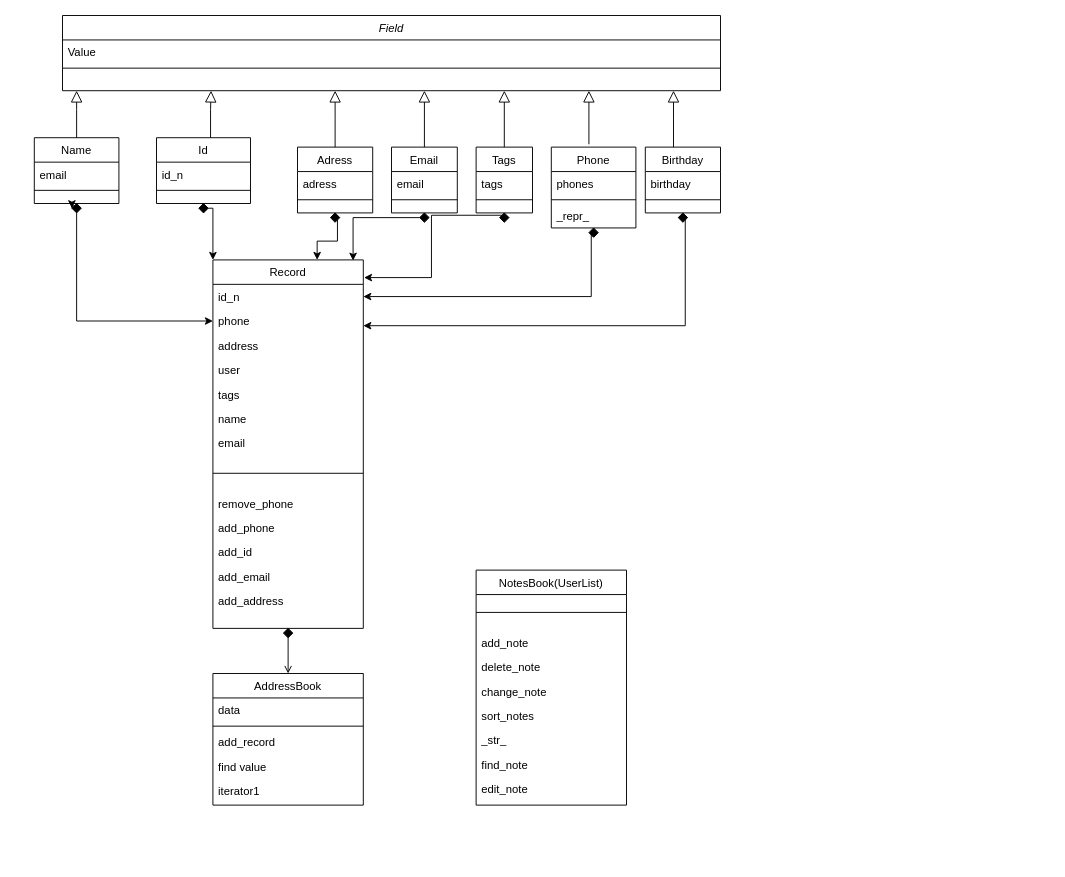
This is page "Current" (2 of 2) of Classes Diagram.drawio from anna-khodyka/Helper-project, a draw.io file, before an edit. Source tidied: cells renumbered, new cells numbered last; positions are measured from the earlier drawing's top-left corner, leaving out a move shared by most shapes. Both pictures are drawn from the tidied source at 94%, with x=0, y=0 at pixel (34, 15).
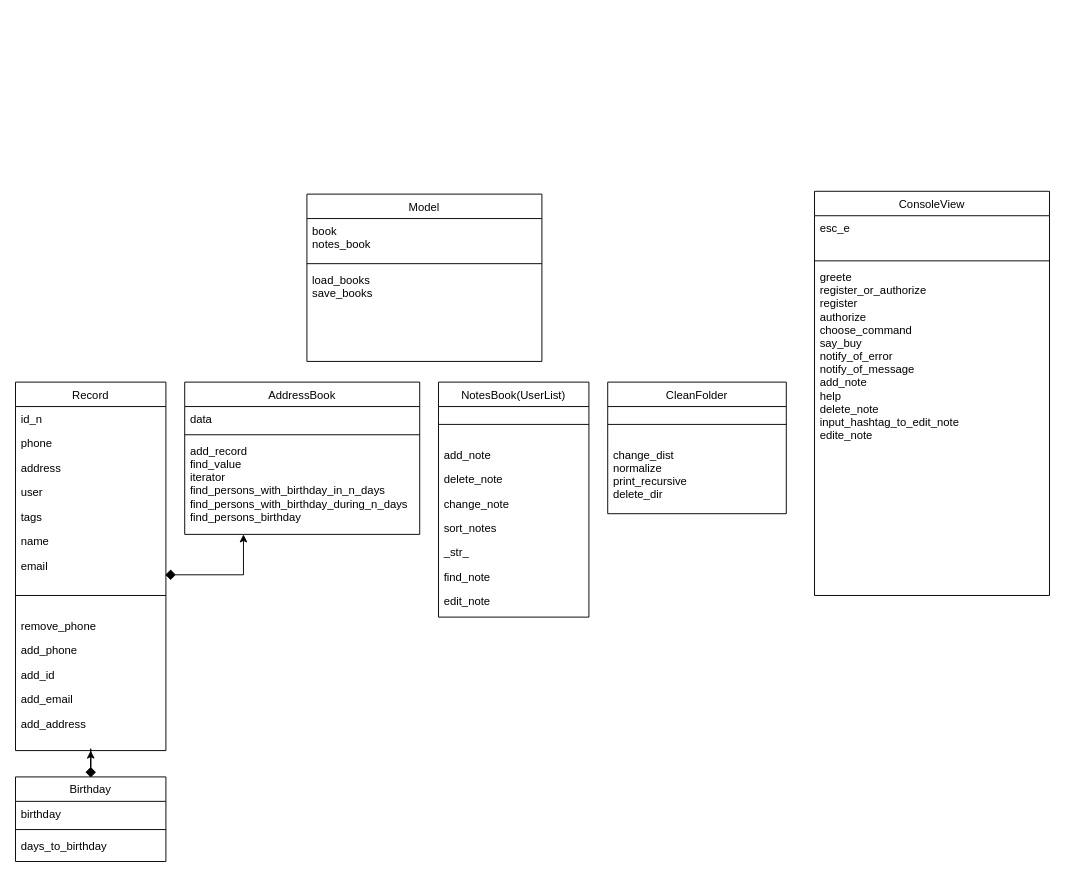
Above is the later version.

Commit message:
Current Classes Diagram update

Unchanged cells that the change refers to:
```xml
<mxCell id="6" value="id_n" style="text;align=left;verticalAlign=top;spacingLeft=4;spacingRight=4;overflow=hidden;points=[[0,0.5],[1,0.5]];portConstraint=eastwest;" parent="5" vertex="1">
  <mxGeometry y="26" width="160" height="26" as="geometry" />
</mxCell>
<mxCell id="7" value="phone" style="text;align=left;verticalAlign=top;spacingLeft=4;spacingRight=4;overflow=hidden;points=[[0,0.5],[1,0.5]];portConstraint=eastwest;rounded=0;shadow=0;html=0;" parent="5" vertex="1">
  <mxGeometry y="52" width="160" height="26" as="geometry" />
</mxCell>
```

Change to the diagram source:
```diff
@@
-    <mxCell id="2" value="Field" style="swimlane;fontStyle=2;align=center;verticalAlign=top;horizontal=1;startSize=26;rounded=0;shadow=0;strokeWidth=1;" parent="1" vertex="1">
-      <mxGeometry x="30" width="700" height="80" as="geometry" />
-    </mxCell>
-    <mxCell id="3" value="Value" style="text;align=left;verticalAlign=top;spacingLeft=4;spacingRight=4;overflow=hidden;" parent="2" vertex="1">
-      <mxGeometry y="26" width="700" height="26" as="geometry" />
-    </mxCell>
-    <mxCell id="4" style="line;html=1;strokeWidth=1;align=left;verticalAlign=middle;spacingTop=-1;spacingLeft=3;spacingRight=3;labelPosition=right;" parent="2" vertex="1">
-      <mxGeometry y="52" width="700" height="8" as="geometry" />
-    </mxCell>
     <mxCell id="5" value="Record" style="swimlane;fontStyle=0;align=center;verticalAlign=top;horizontal=1;startSize=26;rounded=0;shadow=0;strokeWidth=1;" parent="1" vertex="1">
-      <mxGeometry x="190" y="260" width="160" height="392" as="geometry" />
+      <mxGeometry x="-20" y="390" width="160" height="392" as="geometry" />
     </mxCell>
@@
-    <mxCell id="19" value="Adress" style="swimlane;fontStyle=0;align=center;verticalAlign=top;horizontal=1;startSize=26;rounded=0;shadow=0;strokeWidth=1;" parent="1" vertex="1">
-      <mxGeometry x="280" y="140" width="80" height="70" as="geometry" />
-    </mxCell>
-    <mxCell id="20" value="adress" style="text;align=left;verticalAlign=top;spacingLeft=4;spacingRight=4;overflow=hidden;" parent="19" vertex="1">
-      <mxGeometry y="26" width="80" height="26" as="geometry" />
-    </mxCell>
-    <mxCell id="21" style="line;html=1;strokeWidth=1;align=left;verticalAlign=middle;spacingTop=-1;spacingLeft=3;spacingRight=3;labelPosition=right;" parent="19" vertex="1">
-      <mxGeometry y="52" width="80" height="8" as="geometry" />
-    </mxCell>
-    <mxCell id="22" style="endArrow=block;endSize=10;endFill=0;shadow=0;strokeWidth=1;rounded=0;edgeStyle=elbowEdgeStyle;elbow=vertical;" parent="1" edge="1" source="19" target="2">
-      <mxGeometry relative="1" as="geometry">
-        <Array as="points">
-          <mxPoint x="320" y="110" />
-        </Array>
-      </mxGeometry>
-    </mxCell>
     <mxCell id="23" value="AddressBook" style="swimlane;fontStyle=0;align=center;verticalAlign=top;horizontal=1;startSize=26;rounded=0;shadow=0;strokeWidth=1;" parent="1" vertex="1">
-      <mxGeometry x="190" y="700" width="160" height="140" as="geometry" />
+      <mxGeometry x="160" y="390" width="250" height="162" as="geometry" />
     </mxCell>
     <mxCell id="24" value="data" style="text;align=left;verticalAlign=top;spacingLeft=4;spacingRight=4;overflow=hidden;" parent="23" vertex="1">
-      <mxGeometry y="26" width="160" height="26" as="geometry" />
+      <mxGeometry y="26" width="250" height="26" as="geometry" />
     </mxCell>
     <mxCell id="25" style="line;html=1;strokeWidth=1;align=left;verticalAlign=middle;spacingTop=-1;spacingLeft=3;spacingRight=3;labelPosition=right;" parent="23" vertex="1">
-      <mxGeometry y="52" width="160" height="8" as="geometry" />
+      <mxGeometry y="52" width="250" height="8" as="geometry" />
     </mxCell>
-    <mxCell id="26" value="add_record" style="text;align=left;verticalAlign=top;spacingLeft=4;spacingRight=4;overflow=hidden;" parent="23" vertex="1">
-      <mxGeometry y="60" width="160" height="26" as="geometry" />
+    <mxCell id="26" value="add_record&#10;find_value&#10;iterator&#10;find_persons_with_birthday_in_n_days&#10;find_persons_with_birthday_during_n_days&#10;find_persons_birthday&#10;" style="text;align=left;verticalAlign=top;spacingLeft=4;spacingRight=4;overflow=hidden;" parent="23" vertex="1">
+      <mxGeometry y="60" width="250" height="100" as="geometry" />
     </mxCell>
-    <mxCell id="27" value="find value" style="text;align=left;verticalAlign=top;spacingLeft=4;spacingRight=4;overflow=hidden;" parent="23" vertex="1">
-      <mxGeometry y="86" width="160" height="26" as="geometry" />
-    </mxCell>
-    <mxCell id="28" value="iterator1" style="text;align=left;verticalAlign=top;spacingLeft=4;spacingRight=4;overflow=hidden;" parent="23" vertex="1">
-      <mxGeometry y="112" width="160" height="26" as="geometry" />
-    </mxCell>
-    <mxCell id="29" style="endArrow=open;shadow=0;strokeWidth=1;rounded=0;endFill=1;edgeStyle=elbowEdgeStyle;elbow=vertical;exitX=0.5;exitY=1;exitDx=0;exitDy=0;" parent="1" edge="1" source="5" target="23">
-      <mxGeometry x="0.5" y="41" relative="1" as="geometry">
-        <mxPoint x="-40" y="32" as="offset" />
-      </mxGeometry>
-    </mxCell>
-    <mxCell id="30" value="Id" style="swimlane;fontStyle=0;align=center;verticalAlign=top;horizontal=1;startSize=26;rounded=0;shadow=0;strokeWidth=1;" parent="1" vertex="1">
-      <mxGeometry x="130" y="130" width="100" height="70" as="geometry" />
-    </mxCell>
-    <mxCell id="31" value="id_n" style="text;align=left;verticalAlign=top;spacingLeft=4;spacingRight=4;overflow=hidden;" parent="30" vertex="1">
-      <mxGeometry y="26" width="100" height="26" as="geometry" />
-    </mxCell>
-    <mxCell id="32" style="line;html=1;strokeWidth=1;align=left;verticalAlign=middle;spacingTop=-1;spacingLeft=3;spacingRight=3;labelPosition=right;" parent="30" vertex="1">
-      <mxGeometry y="52" width="100" height="8" as="geometry" />
-    </mxCell>
-    <mxCell id="33" value="Tags" style="swimlane;fontStyle=0;align=center;verticalAlign=top;horizontal=1;startSize=26;rounded=0;shadow=0;strokeWidth=1;" parent="1" vertex="1">
-      <mxGeometry x="470" y="140" width="60" height="70" as="geometry" />
-    </mxCell>
-    <mxCell id="34" value="tags" style="text;align=left;verticalAlign=top;spacingLeft=4;spacingRight=4;overflow=hidden;" parent="33" vertex="1">
-      <mxGeometry y="26" width="60" height="26" as="geometry" />
-    </mxCell>
-    <mxCell id="35" style="line;html=1;strokeWidth=1;align=left;verticalAlign=middle;spacingTop=-1;spacingLeft=3;spacingRight=3;labelPosition=right;" parent="33" vertex="1">
-      <mxGeometry y="52" width="60" height="8" as="geometry" />
-    </mxCell>
-    <mxCell id="36" value="Email" style="swimlane;fontStyle=0;align=center;verticalAlign=top;horizontal=1;startSize=26;rounded=0;shadow=0;strokeWidth=1;" parent="1" vertex="1">
-      <mxGeometry x="380" y="140" width="70" height="70" as="geometry" />
-    </mxCell>
-    <mxCell id="37" value="email" style="text;align=left;verticalAlign=top;spacingLeft=4;spacingRight=4;overflow=hidden;" parent="36" vertex="1">
-      <mxGeometry y="26" width="70" height="26" as="geometry" />
-    </mxCell>
-    <mxCell id="38" style="line;html=1;strokeWidth=1;align=left;verticalAlign=middle;spacingTop=-1;spacingLeft=3;spacingRight=3;labelPosition=right;" parent="36" vertex="1">
-      <mxGeometry y="52" width="70" height="8" as="geometry" />
-    </mxCell>
     <mxCell id="39" value="Birthday" style="swimlane;fontStyle=0;align=center;verticalAlign=top;horizontal=1;startSize=26;rounded=0;shadow=0;strokeWidth=1;" parent="1" vertex="1">
-      <mxGeometry x="650" y="140" width="80" height="70" as="geometry" />
+      <mxGeometry x="-20" y="810" width="160" height="90" as="geometry" />
     </mxCell>
     <mxCell id="40" value="birthday" style="text;align=left;verticalAlign=top;spacingLeft=4;spacingRight=4;overflow=hidden;" parent="39" vertex="1">
-      <mxGeometry y="26" width="80" height="26" as="geometry" />
+      <mxGeometry y="26" width="160" height="26" as="geometry" />
     </mxCell>
     <mxCell id="41" style="line;html=1;strokeWidth=1;align=left;verticalAlign=middle;spacingTop=-1;spacingLeft=3;spacingRight=3;labelPosition=right;" parent="39" vertex="1">
-      <mxGeometry y="52" width="80" height="8" as="geometry" />
+      <mxGeometry y="52" width="160" height="8" as="geometry" />
     </mxCell>
-    <mxCell id="42" value="Name" style="swimlane;fontStyle=0;align=center;verticalAlign=top;horizontal=1;startSize=26;rounded=0;shadow=0;strokeWidth=1;" parent="1" vertex="1">
-      <mxGeometry y="130" width="90" height="70" as="geometry" />
-    </mxCell>
-    <mxCell id="43" value="email" style="text;align=left;verticalAlign=top;spacingLeft=4;spacingRight=4;overflow=hidden;" parent="42" vertex="1">
-      <mxGeometry y="26" width="90" height="26" as="geometry" />
-    </mxCell>
-    <mxCell id="44" style="line;html=1;strokeWidth=1;align=left;verticalAlign=middle;spacingTop=-1;spacingLeft=3;spacingRight=3;labelPosition=right;" parent="42" vertex="1">
-      <mxGeometry y="52" width="90" height="8" as="geometry" />
-    </mxCell>
-    <mxCell id="45" value="Phone" style="swimlane;fontStyle=0;align=center;verticalAlign=top;horizontal=1;startSize=26;rounded=0;shadow=0;strokeWidth=1;" parent="1" vertex="1">
-      <mxGeometry x="550" y="140" width="90" height="86" as="geometry" />
-    </mxCell>
-    <mxCell id="46" value="phones" style="text;align=left;verticalAlign=top;spacingLeft=4;spacingRight=4;overflow=hidden;" parent="45" vertex="1">
-      <mxGeometry y="26" width="90" height="26" as="geometry" />
-    </mxCell>
-    <mxCell id="47" style="line;html=1;strokeWidth=1;align=left;verticalAlign=middle;spacingTop=-1;spacingLeft=3;spacingRight=3;labelPosition=right;" parent="45" vertex="1">
-      <mxGeometry y="52" width="90" height="8" as="geometry" />
-    </mxCell>
-    <mxCell id="48" value="_repr_" style="text;align=left;verticalAlign=top;spacingLeft=4;spacingRight=4;overflow=hidden;" parent="45" vertex="1">
-      <mxGeometry y="60" width="90" height="26" as="geometry" />
-    </mxCell>
+    <mxCell id="82" value="days_to_birthday" style="text;align=left;verticalAlign=top;spacingLeft=4;spacingRight=4;overflow=hidden;" parent="39" vertex="1">
+      <mxGeometry y="60" width="160" height="26" as="geometry" />
+    </mxCell>
     <mxCell id="49" value="NotesBook(UserList)" style="swimlane;fontStyle=0;align=center;verticalAlign=top;horizontal=1;startSize=26;rounded=0;shadow=0;strokeWidth=1;" parent="1" vertex="1">
-      <mxGeometry x="470" y="590" width="160" height="250" as="geometry" />
+      <mxGeometry x="430" y="390" width="160" height="250" as="geometry" />
     </mxCell>
@@
-    <mxCell id="58" style="endArrow=block;endSize=10;endFill=0;shadow=0;strokeWidth=1;rounded=0;edgeStyle=elbowEdgeStyle;elbow=vertical;" parent="1" edge="1">
-      <mxGeometry relative="1" as="geometry">
-        <mxPoint x="187.5" y="130" as="sourcePoint" />
-        <mxPoint x="188" y="80" as="targetPoint" />
-        <Array as="points">
-          <mxPoint x="260" y="100" />
-        </Array>
-      </mxGeometry>
-    </mxCell>
-    <mxCell id="59" style="endArrow=block;endSize=10;endFill=0;shadow=0;strokeWidth=1;rounded=0;edgeStyle=elbowEdgeStyle;elbow=vertical;" parent="1" edge="1">
-      <mxGeometry relative="1" as="geometry">
-        <mxPoint x="45" y="130" as="sourcePoint" />
-        <mxPoint x="45" y="80" as="targetPoint" />
-        <Array as="points">
-          <mxPoint x="240" y="100" />
-        </Array>
-      </mxGeometry>
-    </mxCell>
-    <mxCell id="60" style="endArrow=block;endSize=10;endFill=0;shadow=0;strokeWidth=1;rounded=0;edgeStyle=elbowEdgeStyle;elbow=vertical;exitX=0.5;exitY=0;exitDx=0;exitDy=0;" parent="1" edge="1" source="36">
-      <mxGeometry relative="1" as="geometry">
-        <mxPoint x="415" y="80" as="targetPoint" />
-      </mxGeometry>
-    </mxCell>
-    <mxCell id="61" style="endArrow=block;endSize=10;endFill=0;shadow=0;strokeWidth=1;rounded=0;edgeStyle=elbowEdgeStyle;elbow=vertical;exitX=0.5;exitY=0;exitDx=0;exitDy=0;" parent="1" edge="1" source="33">
-      <mxGeometry relative="1" as="geometry">
-        <mxPoint x="500" y="80" as="targetPoint" />
-      </mxGeometry>
-    </mxCell>
-    <mxCell id="62" style="endArrow=block;endSize=10;endFill=0;shadow=0;strokeWidth=1;rounded=0;edgeStyle=elbowEdgeStyle;elbow=vertical;" parent="1" edge="1">
-      <mxGeometry relative="1" as="geometry">
-        <mxPoint x="590" y="137" as="sourcePoint" />
-        <mxPoint x="590" y="80" as="targetPoint" />
-      </mxGeometry>
-    </mxCell>
-    <mxCell id="63" style="endArrow=block;endSize=10;endFill=0;shadow=0;strokeWidth=1;rounded=0;edgeStyle=elbowEdgeStyle;elbow=vertical;exitX=0.5;exitY=0;exitDx=0;exitDy=0;" parent="1" edge="1">
-      <mxGeometry relative="1" as="geometry">
-        <mxPoint x="680" y="140" as="sourcePoint" />
-        <mxPoint x="680" y="80" as="targetPoint" />
-      </mxGeometry>
-    </mxCell>
-    <mxCell id="64" style="group;" parent="1" vertex="1">
-      <mxGeometry x="40" y="200" width="10" height="10" as="geometry" />
-    </mxCell>
-    <mxCell id="65" style="rhombus;whiteSpace=wrap;html=1;fillColor=#000000;" parent="64" vertex="1">
-      <mxGeometry width="10" height="10" as="geometry" />
-    </mxCell>
-    <mxCell id="66" style="edgeStyle=orthogonalEdgeStyle;rounded=0;orthogonalLoop=1;jettySize=auto;html=1;exitX=0;exitY=0;exitDx=0;exitDy=0;entryX=0;entryY=0.5;entryDx=0;entryDy=0;" parent="64" edge="1" source="65" target="65">
-      <mxGeometry relative="1" as="geometry" />
-    </mxCell>
-    <mxCell id="67" style="edgeStyle=orthogonalEdgeStyle;rounded=0;jettySize=auto;html=1;exitX=0.5;exitY=1;exitDx=0;exitDy=0;entryX=0;entryY=0.5;entryDx=0;entryDy=0;endArrow=none;" parent="1" edge="1" source="42" target="65">
-      <mxGeometry relative="1" as="geometry" />
-    </mxCell>
-    <mxCell id="68" style="edgeStyle=orthogonalEdgeStyle;rounded=0;jettySize=auto;html=1;exitX=0.5;exitY=1;exitDx=0;exitDy=0;entryX=0;entryY=0.5;entryDx=0;entryDy=0;startArrow=none;" parent="1" edge="1" source="65" target="7">
-      <mxGeometry relative="1" as="geometry" />
-    </mxCell>
-    <mxCell id="69" style="edgeStyle=orthogonalEdgeStyle;rounded=0;jettySize=auto;html=1;entryX=0;entryY=0;entryDx=0;entryDy=0;" parent="1" edge="1" source="70" target="5">
-      <mxGeometry relative="1" as="geometry">
-        <Array as="points">
-          <mxPoint x="190" y="205" />
-        </Array>
-      </mxGeometry>
-    </mxCell>
-    <mxCell id="70" style="rhombus;whiteSpace=wrap;html=1;fillColor=#000000;" parent="1" vertex="1">
-      <mxGeometry x="175" y="200" width="10" height="10" as="geometry" />
-    </mxCell>
-    <mxCell id="71" style="edgeStyle=orthogonalEdgeStyle;rounded=0;jettySize=auto;html=1;exitX=1;exitY=1;exitDx=0;exitDy=0;entryX=0.693;entryY=0;entryDx=0;entryDy=0;entryPerimeter=0;" parent="1" edge="1" source="72" target="5">
-      <mxGeometry relative="1" as="geometry" />
-    </mxCell>
-    <mxCell id="72" style="rhombus;whiteSpace=wrap;html=1;fillColor=#000000;" parent="1" vertex="1">
-      <mxGeometry x="315" y="210" width="10" height="10" as="geometry" />
-    </mxCell>
-    <mxCell id="73" style="edgeStyle=orthogonalEdgeStyle;rounded=0;jettySize=auto;html=1;entryX=0.932;entryY=0.002;entryDx=0;entryDy=0;entryPerimeter=0;" parent="1" edge="1" source="74" target="5">
-      <mxGeometry relative="1" as="geometry" />
-    </mxCell>
-    <mxCell id="74" style="rhombus;whiteSpace=wrap;html=1;fillColor=#000000;" parent="1" vertex="1">
-      <mxGeometry x="410" y="210" width="10" height="10" as="geometry" />
-    </mxCell>
-    <mxCell id="75" style="edgeStyle=orthogonalEdgeStyle;rounded=0;jettySize=auto;html=1;exitX=0;exitY=0;exitDx=0;exitDy=0;entryX=1.005;entryY=0.048;entryDx=0;entryDy=0;entryPerimeter=0;" parent="1" edge="1" source="76" target="5">
-      <mxGeometry relative="1" as="geometry" />
-    </mxCell>
-    <mxCell id="76" style="rhombus;whiteSpace=wrap;html=1;fillColor=#000000;" parent="1" vertex="1">
-      <mxGeometry x="495" y="210" width="10" height="10" as="geometry" />
-    </mxCell>
-    <mxCell id="77" style="edgeStyle=orthogonalEdgeStyle;rounded=0;jettySize=auto;html=1;exitX=0;exitY=0;exitDx=0;exitDy=0;entryX=1;entryY=0.5;entryDx=0;entryDy=0;" parent="1" edge="1" source="78" target="6">
-      <mxGeometry relative="1" as="geometry" />
-    </mxCell>
-    <mxCell id="78" style="rhombus;whiteSpace=wrap;html=1;fillColor=#000000;" parent="1" vertex="1">
-      <mxGeometry x="590" y="226" width="10" height="10" as="geometry" />
-    </mxCell>
-    <mxCell id="79" style="edgeStyle=orthogonalEdgeStyle;rounded=0;jettySize=auto;html=1;exitX=1;exitY=0;exitDx=0;exitDy=0;entryX=1;entryY=0.692;entryDx=0;entryDy=0;entryPerimeter=0;" parent="1" edge="1" source="80" target="7">
-      <mxGeometry relative="1" as="geometry" />
-    </mxCell>
+    <mxCell id="83" style="edgeStyle=orthogonalEdgeStyle;rounded=0;jettySize=auto;html=1;entryX=0.5;entryY=1;entryDx=0;entryDy=0;" parent="1" edge="1" source="80" target="5">
+      <mxGeometry relative="1" as="geometry" />
+    </mxCell>
     <mxCell id="80" style="rhombus;whiteSpace=wrap;html=1;fillColor=#000000;" parent="1" vertex="1">
-      <mxGeometry x="685" y="210" width="10" height="10" as="geometry" />
+      <mxGeometry x="55" y="800" width="10" height="10" as="geometry" />
     </mxCell>
+    <mxCell id="84" style="edgeStyle=orthogonalEdgeStyle;rounded=0;jettySize=auto;html=1;entryX=0.25;entryY=1;entryDx=0;entryDy=0;" parent="1" edge="1" source="81" target="23">
+      <mxGeometry relative="1" as="geometry" />
+    </mxCell>
     <mxCell id="81" style="rhombus;whiteSpace=wrap;html=1;fillColor=#000000;" parent="1" vertex="1">
-      <mxGeometry x="265" y="652" width="10" height="10" as="geometry" />
+      <mxGeometry x="140" y="590" width="10" height="10" as="geometry" />
     </mxCell>
+    <mxCell id="85" value="CleanFolder" style="swimlane;fontStyle=0;align=center;verticalAlign=top;horizontal=1;startSize=26;rounded=0;shadow=0;strokeWidth=1;" parent="1" vertex="1">
+      <mxGeometry x="610" y="390" width="190" height="140" as="geometry" />
+    </mxCell>
+    <mxCell id="86" style="line;html=1;strokeWidth=1;align=left;verticalAlign=middle;spacingTop=-1;spacingLeft=3;spacingRight=3;labelPosition=right;" parent="85" vertex="1">
+      <mxGeometry y="26" width="190" height="38" as="geometry" />
+    </mxCell>
+    <mxCell id="87" value="change_dist&#10;normalize&#10;print_recursive&#10;delete_dir" style="text;align=left;verticalAlign=top;spacingLeft=4;spacingRight=4;overflow=hidden;rounded=0;shadow=0;html=0;" parent="85" vertex="1">
+      <mxGeometry y="64" width="190" height="66" as="geometry" />
+    </mxCell>
+    <mxCell id="88" value="Model" style="swimlane;fontStyle=0;align=center;verticalAlign=top;horizontal=1;startSize=26;rounded=0;shadow=0;strokeWidth=1;" parent="1" vertex="1">
+      <mxGeometry x="290" y="190" width="250" height="178" as="geometry" />
+    </mxCell>
+    <mxCell id="89" value="book&#10;notes_book" style="text;align=left;verticalAlign=top;spacingLeft=4;spacingRight=4;overflow=hidden;" parent="88" vertex="1">
+      <mxGeometry y="26" width="250" height="44" as="geometry" />
+    </mxCell>
+    <mxCell id="90" style="line;html=1;strokeWidth=1;align=left;verticalAlign=middle;spacingTop=-1;spacingLeft=3;spacingRight=3;labelPosition=right;" parent="88" vertex="1">
+      <mxGeometry y="70" width="250" height="8" as="geometry" />
+    </mxCell>
+    <mxCell id="91" value="load_books&#10;save_books" style="text;align=left;verticalAlign=top;spacingLeft=4;spacingRight=4;overflow=hidden;" parent="88" vertex="1">
+      <mxGeometry y="78" width="250" height="100" as="geometry" />
+    </mxCell>
+    <mxCell id="92" value="ConsoleView" style="swimlane;fontStyle=0;align=center;verticalAlign=top;horizontal=1;startSize=26;rounded=0;shadow=0;strokeWidth=1;" parent="1" vertex="1">
+      <mxGeometry x="830" y="187" width="250" height="430" as="geometry" />
+    </mxCell>
+    <mxCell id="93" value="esc_e" style="text;align=left;verticalAlign=top;spacingLeft=4;spacingRight=4;overflow=hidden;" parent="92" vertex="1">
+      <mxGeometry y="26" width="250" height="44" as="geometry" />
+    </mxCell>
+    <mxCell id="94" style="line;html=1;strokeWidth=1;align=left;verticalAlign=middle;spacingTop=-1;spacingLeft=3;spacingRight=3;labelPosition=right;" parent="92" vertex="1">
+      <mxGeometry y="70" width="250" height="8" as="geometry" />
+    </mxCell>
+    <mxCell id="95" value="greete&#10;register_or_authorize&#10;register&#10;authorize&#10;choose_command&#10;say_buy&#10;notify_of_error&#10;notify_of_message&#10;add_note&#10;help&#10;delete_note&#10;input_hashtag_to_edit_note&#10;edite_note&#10;" style="text;align=left;verticalAlign=top;spacingLeft=4;spacingRight=4;overflow=hidden;" parent="92" vertex="1">
+      <mxGeometry y="78" width="250" height="352" as="geometry" />
+    </mxCell>
```
